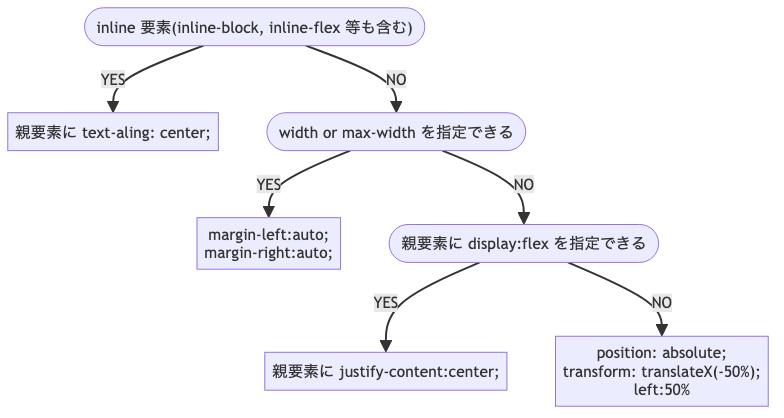
pokuwagata/yn2011-blog keeps this Mermaid diagram as public/images/posts/horizontal-center.png. Above is the earlier version. Its source is kept beside it as mmd/horizontal-center.mmd.
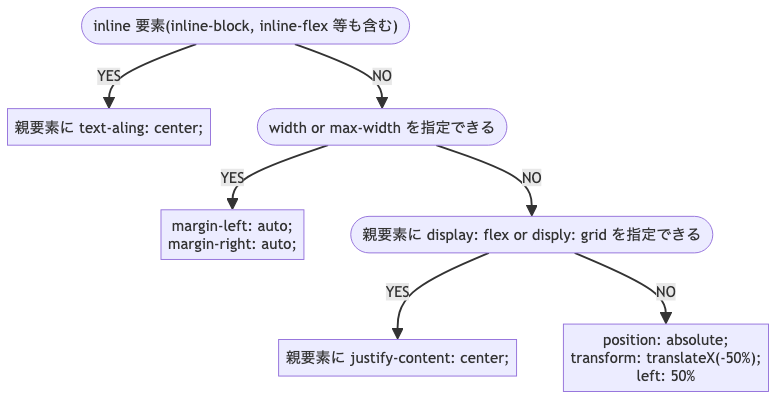
The same file after the commit.

What changed in the source:
```diff
@@ -1,7 +1,7 @@
 graph TD;
     1(["inline 要素(inline-block, inline-flex 等も含む)"])-- YES -->2[親要素に text-aling: center;];
     1-- NO -->3([width or max-width を指定できる]);
-    3-- YES -->4[margin-left:auto;\nmargin-right:auto;]
-    3-- NO -->5([親要素に display:flex を指定できる])
-    5-- YES -->6[親要素に justify-content:center;]
-    5-- NO -->7["position: absolute;\ntransform: translateX(-50%);\nleft:50%"]
+    3-- YES -->4[margin-left: auto;\nmargin-right: auto;]
+    3-- NO -->5([親要素に display: flex or disply: grid を指定できる])
+    5-- YES -->6[親要素に justify-content: center;]
+    5-- NO -->7["position: absolute;\ntransform: translateX(-50%);\nleft: 50%"]
```
